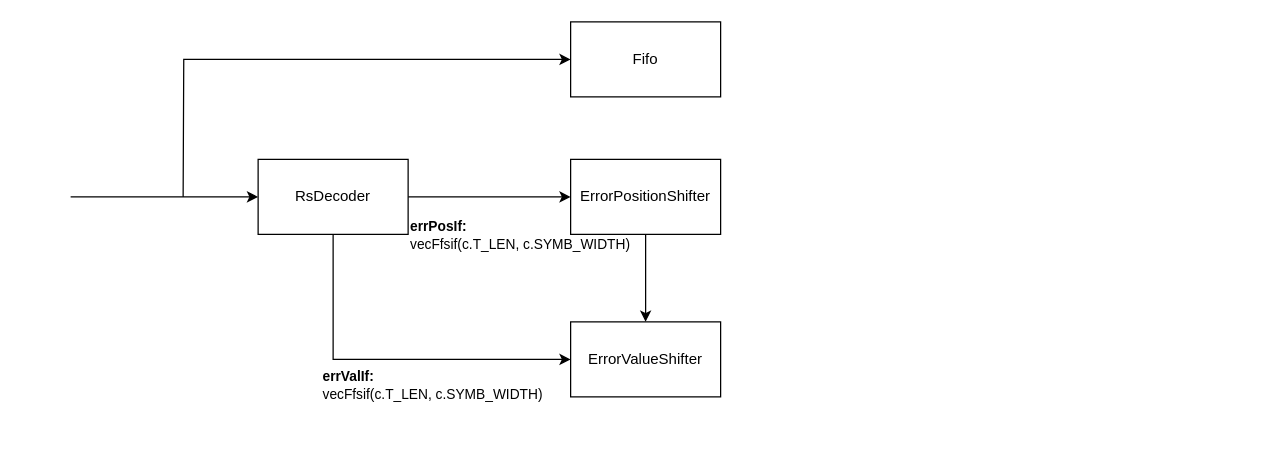
Before: ReedSolomon.drawio in egorman44/Reed-Solomon, a draw.io diagram. Source tidied: cells renumbered, new cells numbered last; positions are measured from the earlier drawing's top-left corner, leaving out a move shared by most shapes. Both pictures are drawn from the tidied source at 125%, with x=0, y=0 at pixel (70, 21).
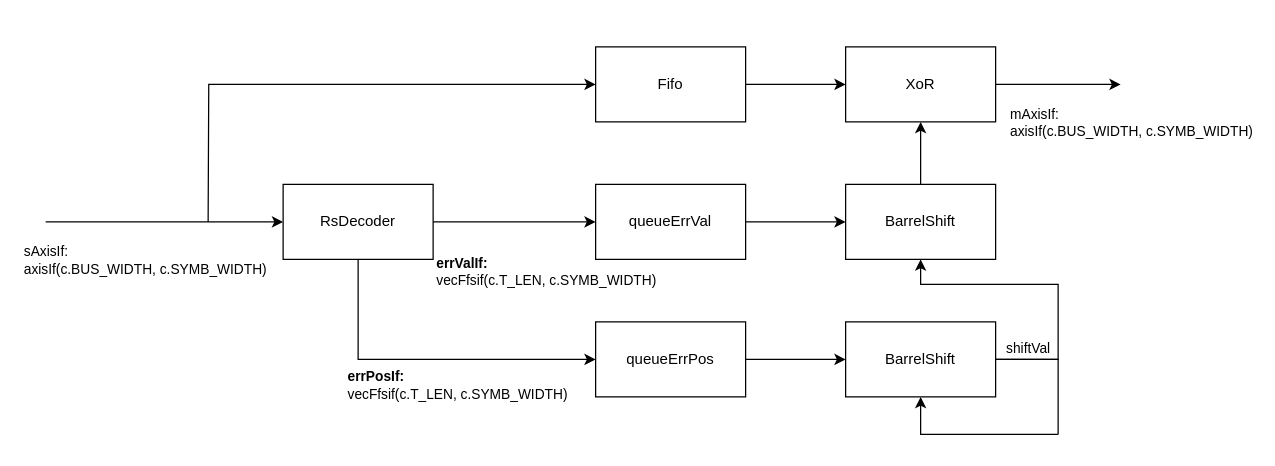
After the change.

The edit, as a diff of the source:
```diff
@@
     <mxCell id="4" style="edgeStyle=orthogonalEdgeStyle;rounded=0;jettySize=auto;html=1;exitX=0;exitY=0.5;exitDx=0;exitDy=0;startArrow=classic;startFill=1;endArrow=none;" parent="1" edge="1" source="5">
       <mxGeometry relative="1" as="geometry">
-        <mxPoint y="140" as="targetPoint" />
+        <mxPoint x="-20" y="160" as="targetPoint" />
       </mxGeometry>
     </mxCell>
+    <mxCell id="13" value="sAxisIf:&lt;div&gt;axisIf(c.BUS_WIDTH, c.SYMB_WIDTH)&lt;/div&gt;" style="edgeLabel;html=1;align=left;verticalAlign=middle;" parent="4" vertex="1">
+      <mxGeometry x="0.85" y="-1" relative="1" as="geometry">
+        <mxPoint x="-34" y="31" as="offset" />
+      </mxGeometry>
+    </mxCell>
     <mxCell id="5" value="RsDecoder" style="rounded=0;whiteSpace=wrap;html=1;" parent="1" vertex="1">
-      <mxGeometry x="150" y="110" width="120" height="60" as="geometry" />
+      <mxGeometry x="170" y="130" width="120" height="60" as="geometry" />
     </mxCell>
     <mxCell id="6" style="edgeStyle=orthogonalEdgeStyle;rounded=0;jettySize=auto;html=1;exitX=0;exitY=0.5;exitDx=0;exitDy=0;endArrow=none;endFill=1;startArrow=classic;startFill=1;" parent="1" edge="1" source="7">
       <mxGeometry relative="1" as="geometry">
-        <mxPoint x="90" y="140" as="targetPoint" />
+        <mxPoint x="110" y="160" as="targetPoint" />
       </mxGeometry>
     </mxCell>
+    <mxCell id="14" style="edgeStyle=orthogonalEdgeStyle;rounded=0;jettySize=auto;html=1;entryX=0;entryY=0.5;entryDx=0;entryDy=0;" parent="1" edge="1" source="7" target="18">
+      <mxGeometry relative="1" as="geometry" />
+    </mxCell>
     <mxCell id="7" value="Fifo" style="rounded=0;whiteSpace=wrap;html=1;" parent="1" vertex="1">
-      <mxGeometry x="400" width="120" height="60" as="geometry" />
+      <mxGeometry x="420" y="20" width="120" height="60" as="geometry" />
     </mxCell>
-    <mxCell id="8" style="edgeStyle=orthogonalEdgeStyle;rounded=0;jettySize=auto;html=1;exitX=0.5;exitY=1;exitDx=0;exitDy=0;entryX=0.5;entryY=0;entryDx=0;entryDy=0;" parent="1" edge="1" source="9" target="11">
-      <mxGeometry relative="1" as="geometry" />
-    </mxCell>
+    <mxCell id="15" style="edgeStyle=orthogonalEdgeStyle;rounded=0;jettySize=auto;html=1;" parent="1" edge="1" source="9" target="20">
+      <mxGeometry relative="1" as="geometry" />
+    </mxCell>
-    <mxCell id="9" value="ErrorPositionShifter" style="rounded=0;whiteSpace=wrap;html=1;" parent="1" vertex="1">
-      <mxGeometry x="400" y="110" width="120" height="60" as="geometry" />
+    <mxCell id="9" value="queueErrVal" style="rounded=0;whiteSpace=wrap;html=1;" parent="1" vertex="1">
+      <mxGeometry x="420" y="130" width="120" height="60" as="geometry" />
     </mxCell>
-    <mxCell id="10" value="&lt;b&gt;errPosIf:&lt;/b&gt;&lt;div&gt;vecFfsif(c.T_LEN, c.SYMB_WIDTH)&lt;/div&gt;" style="edgeLabel;html=1;align=left;verticalAlign=middle;labelBackgroundColor=none;" parent="1" vertex="1">
-      <mxGeometry x="270" y="170" as="geometry" />
+    <mxCell id="10" value="&lt;b style=&quot;text-align: center;&quot;&gt;errValIf:&lt;/b&gt;&lt;div style=&quot;text-align: center;&quot;&gt;vecFfsif(c.T_LEN, c.SYMB_WIDTH)&lt;/div&gt;" style="edgeLabel;html=1;align=left;verticalAlign=middle;labelBackgroundColor=none;" parent="1" vertex="1">
+      <mxGeometry x="300" y="200" as="geometry">
+        <mxPoint x="-9" y="-1" as="offset" />
+      </mxGeometry>
     </mxCell>
+    <mxCell id="16" style="edgeStyle=orthogonalEdgeStyle;rounded=0;jettySize=auto;html=1;" parent="1" edge="1" source="11" target="25">
+      <mxGeometry relative="1" as="geometry" />
+    </mxCell>
-    <mxCell id="11" value="ErrorValueShifter" style="rounded=0;whiteSpace=wrap;html=1;" parent="1" vertex="1">
-      <mxGeometry x="400" y="240" width="120" height="60" as="geometry" />
+    <mxCell id="11" value="queueErrPos" style="rounded=0;whiteSpace=wrap;html=1;" parent="1" vertex="1">
+      <mxGeometry x="420" y="240" width="120" height="60" as="geometry" />
     </mxCell>
-    <mxCell id="12" value="&lt;b style=&quot;text-align: center;&quot;&gt;errValIf:&lt;/b&gt;&lt;div style=&quot;text-align: center;&quot;&gt;vecFfsif(c.T_LEN, c.SYMB_WIDTH)&lt;/div&gt;" style="edgeLabel;html=1;align=left;verticalAlign=middle;labelBackgroundColor=none;" parent="1" vertex="1">
-      <mxGeometry x="200" y="290" as="geometry" />
+    <mxCell id="12" value="&lt;b&gt;errPosIf:&lt;br&gt;&lt;/b&gt;&lt;span style=&quot;background-color: transparent; color: light-dark(rgb(0, 0, 0), rgb(255, 255, 255));&quot;&gt;vecFfsif(c.T_LEN, c.SYMB_WIDTH)&lt;/span&gt;" style="edgeLabel;html=1;align=left;verticalAlign=middle;labelBackgroundColor=none;" parent="1" vertex="1">
+      <mxGeometry x="220" y="290" as="geometry" />
     </mxCell>
+    <mxCell id="17" style="edgeStyle=orthogonalEdgeStyle;rounded=0;jettySize=auto;html=1;" parent="1" edge="1" source="18">
+      <mxGeometry relative="1" as="geometry">
+        <mxPoint x="840" y="50" as="targetPoint" />
+      </mxGeometry>
+    </mxCell>
+    <mxCell id="18" value="XoR" style="rounded=0;whiteSpace=wrap;html=1;" parent="1" vertex="1">
+      <mxGeometry x="620" y="20" width="120" height="60" as="geometry" />
+    </mxCell>
+    <mxCell id="19" style="edgeStyle=orthogonalEdgeStyle;rounded=0;jettySize=auto;html=1;exitX=0.5;exitY=0;exitDx=0;exitDy=0;" parent="1" edge="1" source="20" target="18">
+      <mxGeometry relative="1" as="geometry" />
+    </mxCell>
+    <mxCell id="20" value="BarrelShift" style="rounded=0;whiteSpace=wrap;html=1;" parent="1" vertex="1">
+      <mxGeometry x="620" y="130" width="120" height="60" as="geometry" />
+    </mxCell>
+    <mxCell id="21" style="edgeStyle=orthogonalEdgeStyle;rounded=0;jettySize=auto;html=1;entryX=0.5;entryY=1;entryDx=0;entryDy=0;" parent="1" edge="1" source="25" target="20">
+      <mxGeometry relative="1" as="geometry">
+        <Array as="points">
+          <mxPoint x="790" y="270" />
+          <mxPoint x="790" y="210" />
+          <mxPoint x="680" y="210" />
+        </Array>
+      </mxGeometry>
+    </mxCell>
+    <mxCell id="22" value="shiftVal" style="edgeLabel;html=1;align=center;verticalAlign=middle;" parent="21" vertex="1">
+      <mxGeometry x="-0.04" relative="1" as="geometry">
+        <mxPoint x="-20" y="50" as="offset" />
+      </mxGeometry>
+    </mxCell>
+    <mxCell id="23" style="edgeStyle=orthogonalEdgeStyle;rounded=0;jettySize=auto;html=1;endArrow=none;startFill=0;" parent="1" edge="1" source="25">
+      <mxGeometry relative="1" as="geometry">
+        <mxPoint x="790" y="330" as="targetPoint" />
+        <Array as="points">
+          <mxPoint x="790" y="270" />
+        </Array>
+      </mxGeometry>
+    </mxCell>
+    <mxCell id="24" style="edgeStyle=orthogonalEdgeStyle;rounded=0;jettySize=auto;html=1;endArrow=none;startFill=1;startArrow=classic;" parent="1" edge="1" source="25">
+      <mxGeometry relative="1" as="geometry">
+        <mxPoint x="790" y="330" as="targetPoint" />
+        <Array as="points">
+          <mxPoint x="680" y="330" />
+        </Array>
+      </mxGeometry>
+    </mxCell>
+    <mxCell id="25" value="BarrelShift" style="rounded=0;whiteSpace=wrap;html=1;" parent="1" vertex="1">
+      <mxGeometry x="620" y="240" width="120" height="60" as="geometry" />
+    </mxCell>
+    <mxCell id="26" value="mAxisIf:&lt;div&gt;axisIf(c.BUS_WIDTH, c.SYMB_WIDTH)&lt;/div&gt;" style="edgeLabel;html=1;align=left;verticalAlign=middle;" parent="1" vertex="1">
+      <mxGeometry x="750" y="80" as="geometry" />
+    </mxCell>
```
